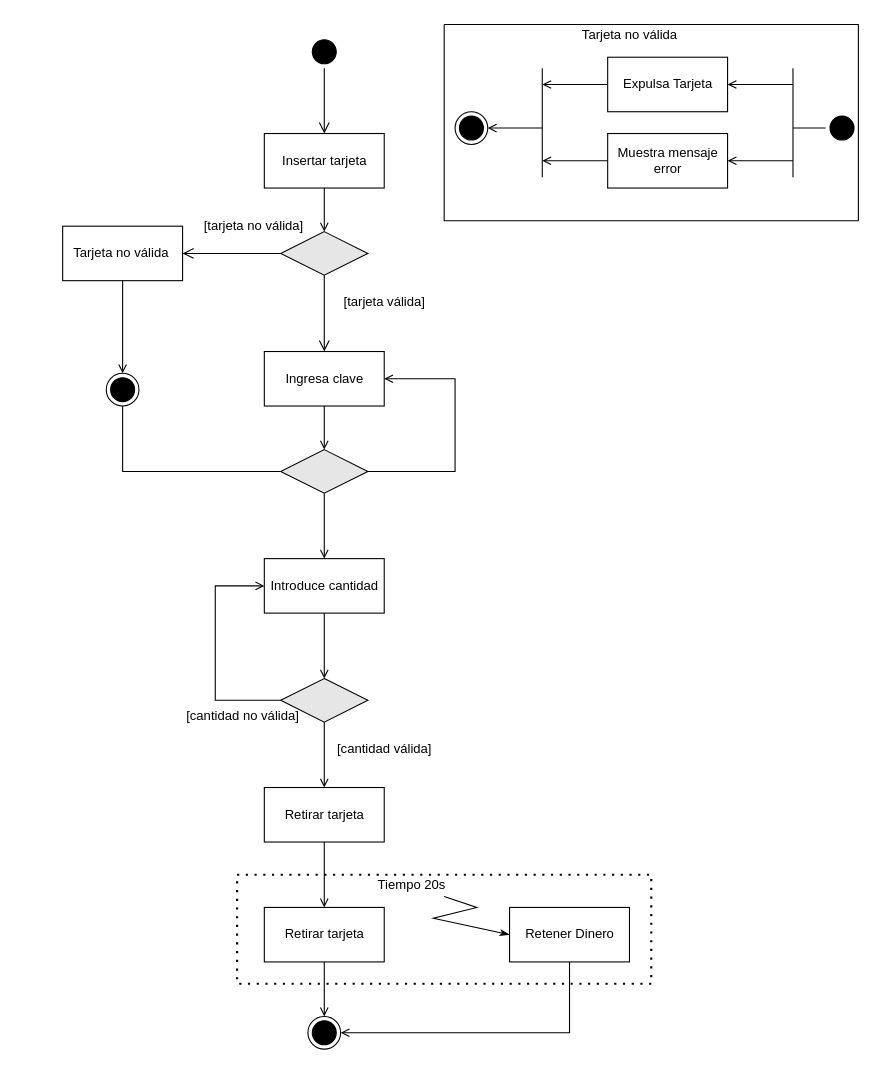
LuisHidalgo2003/Talleres-Luis-Hidalgo-3ro-A keeps this draw.io diagram as Taller 3-Luis Hidalgo.drawio. Above is the earlier version. Source tidied: cells renumbered, new cells numbered last; positions are measured from the earlier drawing's top-left corner, leaving out a move shared by most shapes. Both pictures are drawn from the tidied source at 109%, with x=0, y=0 at pixel (62, 19).
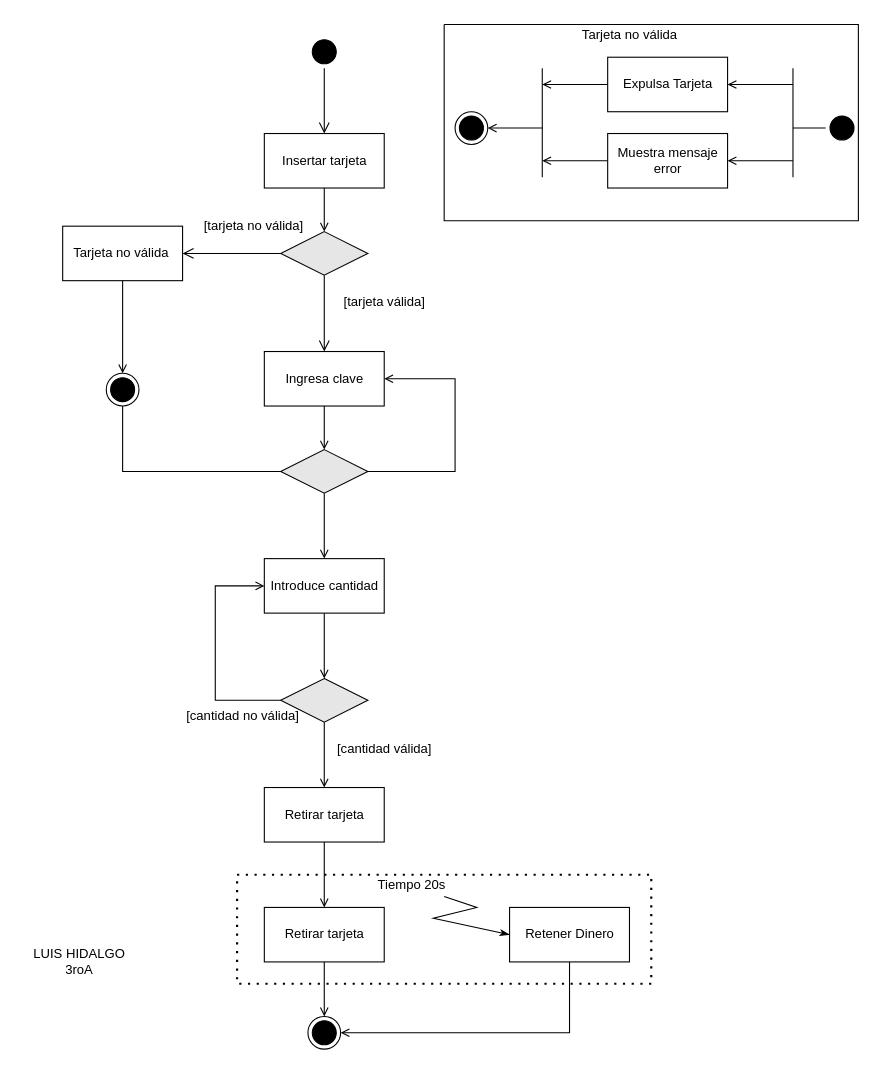
After the change.

Commit message (it also covers changes not shown here):
Ultimo Taller subir

1.0

What changed in the source:
```diff
@@
+    <mxCell id="51" value="LUIS HIDALGO &lt;br&gt;3roA" style="text;html=1;align=center;verticalAlign=middle;strokeColor=none;fillColor=none;" parent="1" vertex="1">
+      <mxGeometry x="-40" y="845" width="110" height="40" as="geometry" />
+    </mxCell>
```
